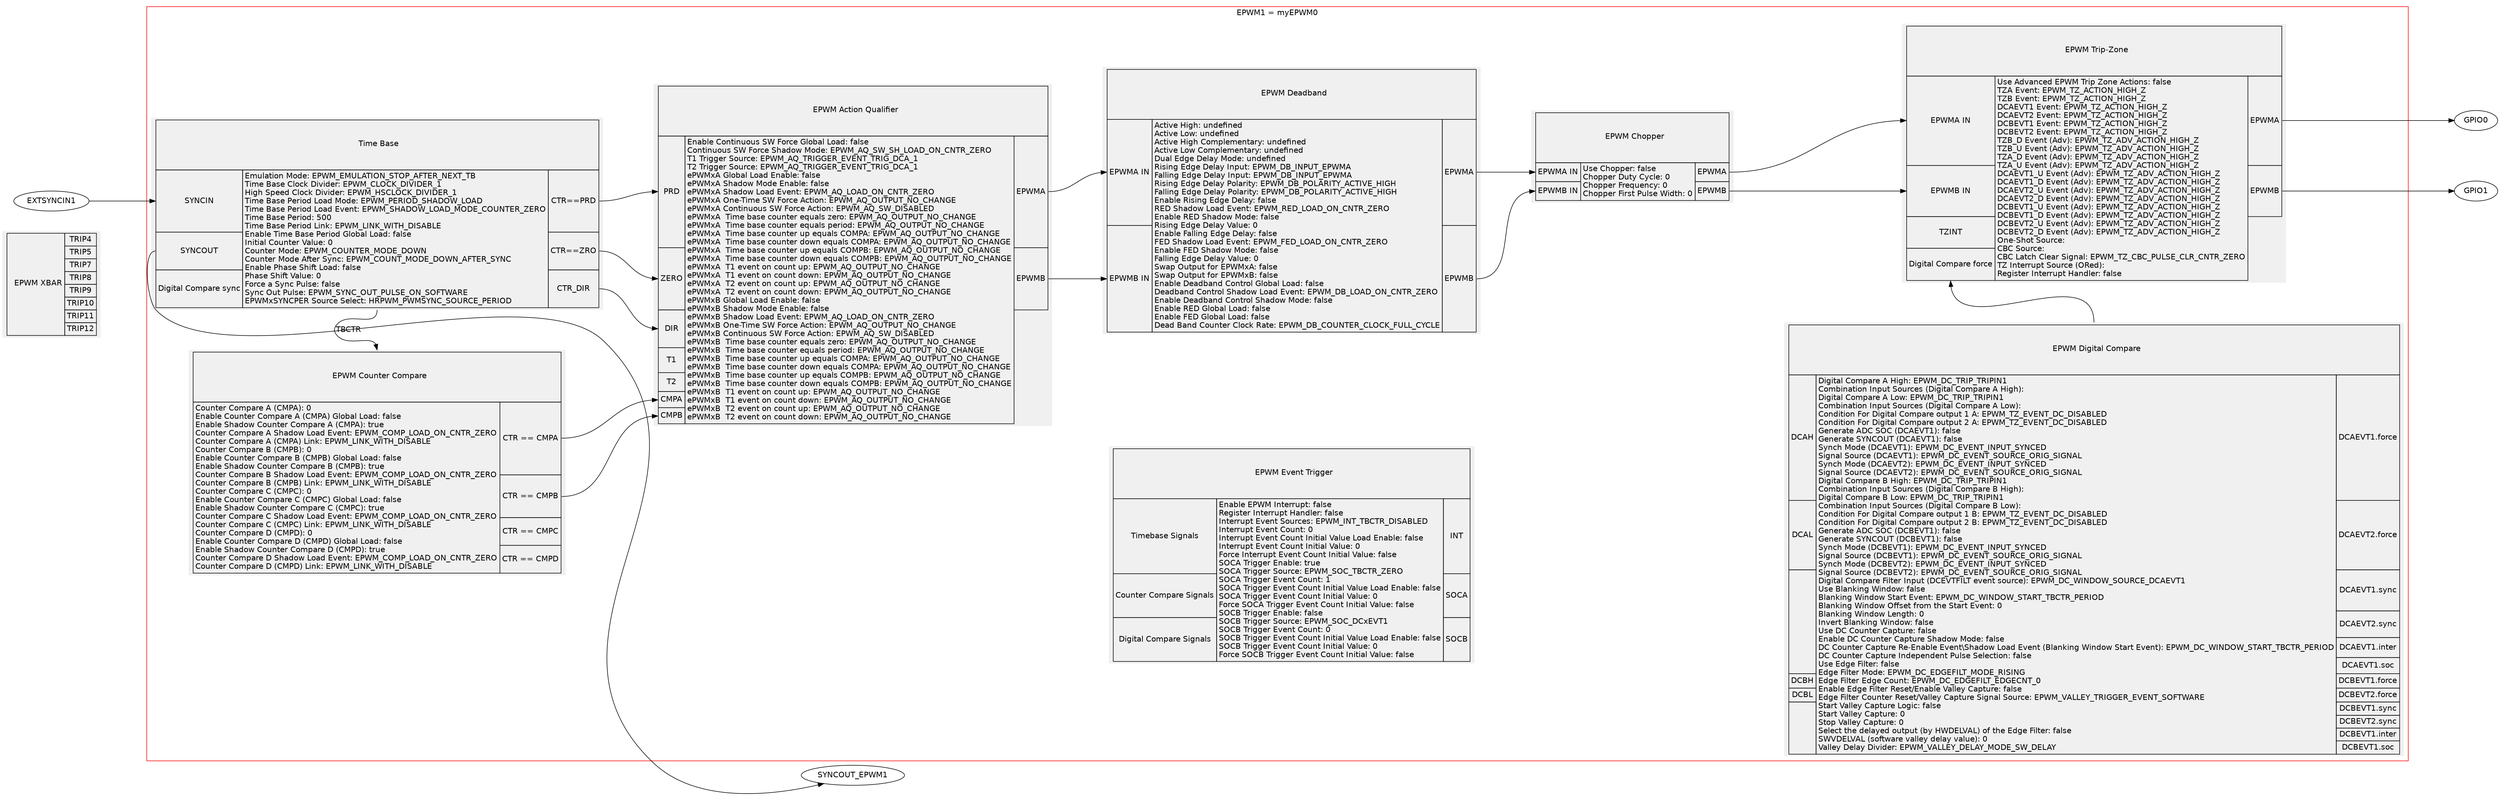
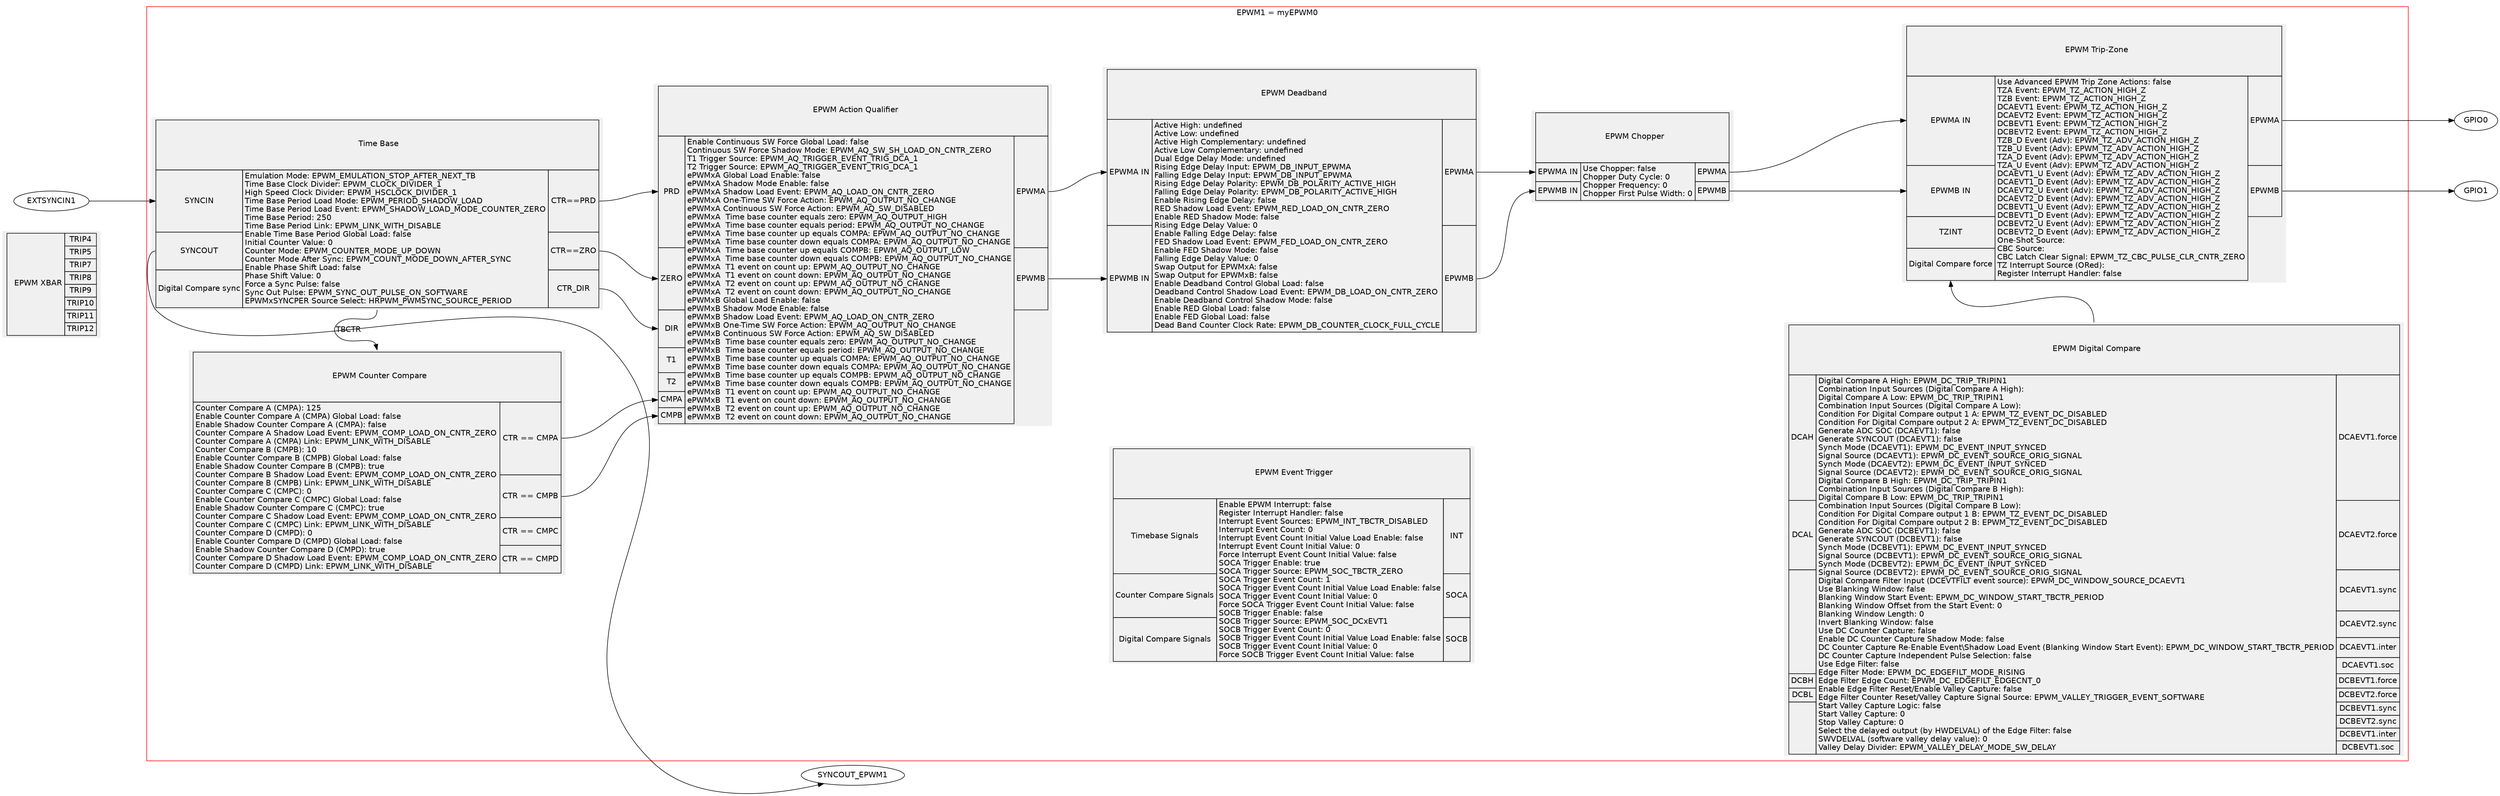
digraph {
    graph [fontname = "helvetica"];
    node  [fontname = "helvetica"];
    edge  [fontname = "helvetica"];
    graph [mclimit=50 nodesep=0.5 rankdir=LR ranksep=1.25]

    EPWMXBAR [label= <<TABLE BORDER='0' CELLBORDER='1' CELLPADDING='3' CELLSPACING='0'>
                       <TR><TD PORT='epwmxbar_title' ROWSPAN='9'><br/><br/>  EPWM XBAR<br/><br/><br/></TD></TR>
                       <TR><TD PORT='trip4'>TRIP4</TD></TR>
                       <TR><TD PORT='trip5'>TRIP5</TD></TR>
                       <TR><TD PORT='trip7'>TRIP7</TD></TR>
                       <TR><TD PORT='trip8'>TRIP8</TD></TR>
                       <TR><TD PORT='trip9'>TRIP9</TD></TR>
                       <TR><TD PORT='trip10'>TRIP10</TD></TR>
                       <TR><TD PORT='trip11'>TRIP11</TD></TR>
                       <TR><TD PORT='trip12'>TRIP12</TD></TR>
                       </TABLE>>
               color=black shape=plaintext fillcolor="#F0F0F0" style=filled]


    subgraph cluster_epwm1 {
        label = "EPWM1 = myEPWM0";
        color=red;


        epwm1_TB [label= <<TABLE BORDER='0' CELLBORDER='1' CELLPADDING='3' CELLSPACING='0'>
                        <TR><TD PORT='' COLSPAN='3'><br/><br/>  Time Base <br/><br/><br/></TD></TR>
-                         <TR><TD PORT='epwm1_syncin'>SYNCIN</TD><TD ROWSPAN='3'>Emulation Mode: EPWM_EMULATION_STOP_AFTER_NEXT_TB<br align="left" />Time Base Clock Divider: EPWM_CLOCK_DIVIDER_1<br align="left" />High Speed Clock Divider: EPWM_HSCLOCK_DIVIDER_1<br align="left" />Time Base Period Load Mode: EPWM_PERIOD_SHADOW_LOAD<br align="left" />Time Base Period Load Event: EPWM_SHADOW_LOAD_MODE_COUNTER_ZERO<br align="left" />Time Base Period: 500<br align="left" />Time Base Period Link: EPWM_LINK_WITH_DISABLE<br align="left" />Enable Time Base Period Global Load: false<br align="left" />Initial Counter Value: 0<br align="left" />Counter Mode: EPWM_COUNTER_MODE_DOWN<br align="left" />Counter Mode After Sync: EPWM_COUNT_MODE_DOWN_AFTER_SYNC<br align="left" />Enable Phase Shift Load: false<br align="left" />Phase Shift Value: 0<br align="left" />Force a Sync Pulse: false<br align="left" />Sync Out Pulse: EPWM_SYNC_OUT_PULSE_ON_SOFTWARE<br align="left" />EPWMxSYNCPER Source Select: HRPWM_PWMSYNC_SOURCE_PERIOD<br align="left" /></TD><TD PORT='epwm1_tb_prd'>CTR==PRD</TD></TR>
+                         <TR><TD PORT='epwm1_syncin'>SYNCIN</TD><TD ROWSPAN='3'>Emulation Mode: EPWM_EMULATION_STOP_AFTER_NEXT_TB<br align="left" />Time Base Clock Divider: EPWM_CLOCK_DIVIDER_1<br align="left" />High Speed Clock Divider: EPWM_HSCLOCK_DIVIDER_1<br align="left" />Time Base Period Load Mode: EPWM_PERIOD_SHADOW_LOAD<br align="left" />Time Base Period Load Event: EPWM_SHADOW_LOAD_MODE_COUNTER_ZERO<br align="left" />Time Base Period: 250<br align="left" />Time Base Period Link: EPWM_LINK_WITH_DISABLE<br align="left" />Enable Time Base Period Global Load: false<br align="left" />Initial Counter Value: 0<br align="left" />Counter Mode: EPWM_COUNTER_MODE_UP_DOWN<br align="left" />Counter Mode After Sync: EPWM_COUNT_MODE_DOWN_AFTER_SYNC<br align="left" />Enable Phase Shift Load: false<br align="left" />Phase Shift Value: 0<br align="left" />Force a Sync Pulse: false<br align="left" />Sync Out Pulse: EPWM_SYNC_OUT_PULSE_ON_SOFTWARE<br align="left" />EPWMxSYNCPER Source Select: HRPWM_PWMSYNC_SOURCE_PERIOD<br align="left" /></TD><TD PORT='epwm1_tb_prd'>CTR==PRD</TD></TR>
                        <TR><TD PORT='epwm1_syncout'>SYNCOUT</TD><TD COL='3' PORT='epwm1_tb_zero'>CTR==ZRO</TD></TR>
                        <TR><TD PORT=''>Digital Compare sync</TD><TD COL='3' PORT='epwm1_tb_dir'>CTR_DIR</TD></TR>
                       </TABLE>>
               color=black shape=plaintext fillcolor="#F0F0F0" style=filled]


        epwm1_DC [label= <<TABLE BORDER='0' CELLBORDER='1' CELLPADDING='3' CELLSPACING='0'>
                       <TR><TD PORT='epwm1_dc_title' COLSPAN='3'><br/><br/>  EPWM Digital Compare<br/><br/><br/></TD></TR>
                       <TR><TD PORT='epwm1_dcah'>DCAH</TD><TD ROWSPAN='12'>Digital Compare A High: EPWM_DC_TRIP_TRIPIN1<br align="left" />Combination Input Sources (Digital Compare A High): <br align="left" />Digital Compare A Low: EPWM_DC_TRIP_TRIPIN1<br align="left" />Combination Input Sources (Digital Compare A Low): <br align="left" />Condition For Digital Compare output 1 A: EPWM_TZ_EVENT_DC_DISABLED<br align="left" />Condition For Digital Compare output 2 A: EPWM_TZ_EVENT_DC_DISABLED<br align="left" />Generate ADC SOC (DCAEVT1): false<br align="left" />Generate SYNCOUT (DCAEVT1): false<br align="left" />Synch Mode (DCAEVT1): EPWM_DC_EVENT_INPUT_SYNCED<br align="left" />Signal Source (DCAEVT1): EPWM_DC_EVENT_SOURCE_ORIG_SIGNAL<br align="left" />Synch Mode (DCAEVT2): EPWM_DC_EVENT_INPUT_SYNCED<br align="left" />Signal Source (DCAEVT2): EPWM_DC_EVENT_SOURCE_ORIG_SIGNAL<br align="left" />Digital Compare B High: EPWM_DC_TRIP_TRIPIN1<br align="left" />Combination Input Sources (Digital Compare B High): <br align="left" />Digital Compare B Low: EPWM_DC_TRIP_TRIPIN1<br align="left" />Combination Input Sources (Digital Compare B Low): <br align="left" />Condition For Digital Compare output 1 B: EPWM_TZ_EVENT_DC_DISABLED<br align="left" />Condition For Digital Compare output 2 B: EPWM_TZ_EVENT_DC_DISABLED<br align="left" />Generate ADC SOC (DCBEVT1): false<br align="left" />Generate SYNCOUT (DCBEVT1): false<br align="left" />Synch Mode (DCBEVT1): EPWM_DC_EVENT_INPUT_SYNCED<br align="left" />Signal Source (DCBEVT1): EPWM_DC_EVENT_SOURCE_ORIG_SIGNAL<br align="left" />Synch Mode (DCBEVT2): EPWM_DC_EVENT_INPUT_SYNCED<br align="left" />Signal Source (DCBEVT2): EPWM_DC_EVENT_SOURCE_ORIG_SIGNAL<br align="left" />Digital Compare Filter Input (DCEVTFILT event source): EPWM_DC_WINDOW_SOURCE_DCAEVT1<br align="left" />Use Blanking Window: false<br align="left" />Blanking Window Start Event: EPWM_DC_WINDOW_START_TBCTR_PERIOD<br align="left" />Blanking Window Offset from the Start Event: 0<br align="left" />Blanking Window Length: 0<br align="left" />Invert Blanking Window: false<br align="left" />Use DC Counter Capture: false<br align="left" />Enable DC Counter Capture Shadow Mode: false<br align="left" />DC Counter Capture Re-Enable Event\Shadow Load Event (Blanking Window Start Event): EPWM_DC_WINDOW_START_TBCTR_PERIOD<br align="left" />DC Counter Capture Independent Pulse Selection: false<br align="left" />Use Edge Filter: false<br align="left" />Edge Filter Mode: EPWM_DC_EDGEFILT_MODE_RISING<br align="left" />Edge Filter Edge Count: EPWM_DC_EDGEFILT_EDGECNT_0<br align="left" />Enable Edge Filter Reset/Enable Valley Capture: false<br align="left" />Edge Filter Counter Reset/Valley Capture Signal Source: EPWM_VALLEY_TRIGGER_EVENT_SOFTWARE<br align="left" />Start Valley Capture Logic: false<br align="left" />Start Valley Capture: 0<br align="left" />Stop Valley Capture: 0<br align="left" />Select the delayed output (by HWDELVAL) of the Edge Filter: false<br align="left" />SWVDELVAL (software valley delay value): 0<br align="left" />Valley Delay Divider: EPWM_VALLEY_DELAY_MODE_SW_DELAY<br align="left" /></TD><TD COL='3' PORT='epwm1_dcaevt1frc'>DCAEVT1.force</TD></TR>
                       <TR><TD PORT='epwm1_dcal'>DCAL</TD>                                 <TD COL='3' PORT=''>DCAEVT2.force</TD></TR>
                       <TR><TD ROWSPAN='4'></TD>                                                        <TD COL='3' PORT=''>DCAEVT1.sync</TD></TR>
                       <TR>                                                                             <TD COL='3' PORT=''>DCAEVT2.sync</TD></TR>
                       <TR>                                                                             <TD COL='3' PORT=''>DCAEVT1.inter</TD></TR>
                       <TR>                                                                             <TD COL='3' PORT=''>DCAEVT1.soc</TD></TR>
                       <TR><TD PORT='epwm1_dcbh'>DCBH</TD>                                 <TD PORT='epwm1_dcbevt1frc'>DCBEVT1.force</TD></TR>
                       <TR><TD PORT='epwm1_dcbl'>DCBL</TD>                                 <TD PORT=''>DCBEVT2.force</TD></TR>
                       <TR><TD ROWSPAN='4'></TD>                                                        <TD COL='3' PORT=''>DCBEVT1.sync</TD></TR>
                       <TR>                                                                             <TD COL='3' PORT=''>DCBEVT2.sync</TD></TR>
                       <TR>                                                                             <TD COL='3' PORT=''>DCBEVT1.inter</TD></TR>
                       <TR>                                                                             <TD COL='3' PORT=''>DCBEVT1.soc</TD></TR>
                       </TABLE>>
               color=black shape=plaintext fillcolor="#F0F0F0" style=filled]


        epwm1_CC [label= <<TABLE BORDER='0' CELLBORDER='1' CELLPADDING='3' CELLSPACING='0'>
                       <TR><TD PORT='epwm1_cc_title' COLSPAN='3'><br/><br/>  EPWM Counter Compare<br/><br/><br/></TD></TR>
-                        <TR><TD PORT='' COLSPAN='2' ROWSPAN='4'>Counter Compare A (CMPA): 0<br align="left" />Enable Counter Compare A (CMPA) Global Load: false<br align="left" />Enable Shadow Counter Compare A (CMPA): true<br align="left" />Counter Compare A Shadow Load Event: EPWM_COMP_LOAD_ON_CNTR_ZERO<br align="left" />Counter Compare A (CMPA) Link: EPWM_LINK_WITH_DISABLE<br align="left" />Counter Compare B (CMPB): 0<br align="left" />Enable Counter Compare B (CMPB) Global Load: false<br align="left" />Enable Shadow Counter Compare B (CMPB): true<br align="left" />Counter Compare B Shadow Load Event: EPWM_COMP_LOAD_ON_CNTR_ZERO<br align="left" />Counter Compare B (CMPB) Link: EPWM_LINK_WITH_DISABLE<br align="left" />Counter Compare C (CMPC): 0<br align="left" />Enable Counter Compare C (CMPC) Global Load: false<br align="left" />Enable Shadow Counter Compare C (CMPC): true<br align="left" />Counter Compare C Shadow Load Event: EPWM_COMP_LOAD_ON_CNTR_ZERO<br align="left" />Counter Compare C (CMPC) Link: EPWM_LINK_WITH_DISABLE<br align="left" />Counter Compare D (CMPD): 0<br align="left" />Enable Counter Compare D (CMPD) Global Load: false<br align="left" />Enable Shadow Counter Compare D (CMPD): true<br align="left" />Counter Compare D Shadow Load Event: EPWM_COMP_LOAD_ON_CNTR_ZERO<br align="left" />Counter Compare D (CMPD) Link: EPWM_LINK_WITH_DISABLE<br align="left" /></TD><TD COL='3' PORT='epwm1_cc_cmpa'>CTR == CMPA</TD></TR>
+                        <TR><TD PORT='' COLSPAN='2' ROWSPAN='4'>Counter Compare A (CMPA): 125<br align="left" />Enable Counter Compare A (CMPA) Global Load: false<br align="left" />Enable Shadow Counter Compare A (CMPA): false<br align="left" />Counter Compare A Shadow Load Event: EPWM_COMP_LOAD_ON_CNTR_ZERO<br align="left" />Counter Compare A (CMPA) Link: EPWM_LINK_WITH_DISABLE<br align="left" />Counter Compare B (CMPB): 10<br align="left" />Enable Counter Compare B (CMPB) Global Load: false<br align="left" />Enable Shadow Counter Compare B (CMPB): true<br align="left" />Counter Compare B Shadow Load Event: EPWM_COMP_LOAD_ON_CNTR_ZERO<br align="left" />Counter Compare B (CMPB) Link: EPWM_LINK_WITH_DISABLE<br align="left" />Counter Compare C (CMPC): 0<br align="left" />Enable Counter Compare C (CMPC) Global Load: false<br align="left" />Enable Shadow Counter Compare C (CMPC): true<br align="left" />Counter Compare C Shadow Load Event: EPWM_COMP_LOAD_ON_CNTR_ZERO<br align="left" />Counter Compare C (CMPC) Link: EPWM_LINK_WITH_DISABLE<br align="left" />Counter Compare D (CMPD): 0<br align="left" />Enable Counter Compare D (CMPD) Global Load: false<br align="left" />Enable Shadow Counter Compare D (CMPD): true<br align="left" />Counter Compare D Shadow Load Event: EPWM_COMP_LOAD_ON_CNTR_ZERO<br align="left" />Counter Compare D (CMPD) Link: EPWM_LINK_WITH_DISABLE<br align="left" /></TD><TD COL='3' PORT='epwm1_cc_cmpa'>CTR == CMPA</TD></TR>
                       <TR><TD COL='3' PORT='epwm1_cc_cmpb'>CTR == CMPB</TD></TR>
                       <TR><TD COL='3' PORT='epwm1_cc_cmpc'>CTR == CMPC</TD></TR>
                       <TR><TD COL='3' PORT='epwm1_cc_cmpd'>CTR == CMPD</TD></TR>
                       </TABLE>>
               color=black shape=plaintext fillcolor="#F0F0F0" style=filled]


        epwm1_AQ [label= <<TABLE BORDER='0' CELLBORDER='1' CELLPADDING='3' CELLSPACING='0'>
                       <TR><TD PORT='epwm1_aq_title' COLSPAN='3'><br/><br/>  EPWM Action Qualifier<br/><br/><br/></TD></TR>
-                        <TR><TD PORT='epwm1_aq_prd'>PRD</TD><TD PORT='' ROWSPAN='7'>Enable Continuous SW Force Global Load: false<br align="left" />Continuous SW Force Shadow Mode: EPWM_AQ_SW_SH_LOAD_ON_CNTR_ZERO<br align="left" />T1 Trigger Source: EPWM_AQ_TRIGGER_EVENT_TRIG_DCA_1<br align="left" />T2 Trigger Source: EPWM_AQ_TRIGGER_EVENT_TRIG_DCA_1<br align="left" />ePWMxA Global Load Enable: false<br align="left" />ePWMxA Shadow Mode Enable: false<br align="left" />ePWMxA Shadow Load Event: EPWM_AQ_LOAD_ON_CNTR_ZERO<br align="left" />ePWMxA One-Time SW Force Action: EPWM_AQ_OUTPUT_NO_CHANGE<br align="left" />ePWMxA Continuous SW Force Action: EPWM_AQ_SW_DISABLED<br align="left" />ePWMxA  Time base counter equals zero: EPWM_AQ_OUTPUT_NO_CHANGE<br align="left" />ePWMxA  Time base counter equals period: EPWM_AQ_OUTPUT_NO_CHANGE<br align="left" />ePWMxA  Time base counter up equals COMPA: EPWM_AQ_OUTPUT_NO_CHANGE<br align="left" />ePWMxA  Time base counter down equals COMPA: EPWM_AQ_OUTPUT_NO_CHANGE<br align="left" />ePWMxA  Time base counter up equals COMPB: EPWM_AQ_OUTPUT_NO_CHANGE<br align="left" />ePWMxA  Time base counter down equals COMPB: EPWM_AQ_OUTPUT_NO_CHANGE<br align="left" />ePWMxA  T1 event on count up: EPWM_AQ_OUTPUT_NO_CHANGE<br align="left" />ePWMxA  T1 event on count down: EPWM_AQ_OUTPUT_NO_CHANGE<br align="left" />ePWMxA  T2 event on count up: EPWM_AQ_OUTPUT_NO_CHANGE<br align="left" />ePWMxA  T2 event on count down: EPWM_AQ_OUTPUT_NO_CHANGE<br align="left" />ePWMxB Global Load Enable: false<br align="left" />ePWMxB Shadow Mode Enable: false<br align="left" />ePWMxB Shadow Load Event: EPWM_AQ_LOAD_ON_CNTR_ZERO<br align="left" />ePWMxB One-Time SW Force Action: EPWM_AQ_OUTPUT_NO_CHANGE<br align="left" />ePWMxB Continuous SW Force Action: EPWM_AQ_SW_DISABLED<br align="left" />ePWMxB  Time base counter equals zero: EPWM_AQ_OUTPUT_NO_CHANGE<br align="left" />ePWMxB  Time base counter equals period: EPWM_AQ_OUTPUT_NO_CHANGE<br align="left" />ePWMxB  Time base counter up equals COMPA: EPWM_AQ_OUTPUT_NO_CHANGE<br align="left" />ePWMxB  Time base counter down equals COMPA: EPWM_AQ_OUTPUT_NO_CHANGE<br align="left" />ePWMxB  Time base counter up equals COMPB: EPWM_AQ_OUTPUT_NO_CHANGE<br align="left" />ePWMxB  Time base counter down equals COMPB: EPWM_AQ_OUTPUT_NO_CHANGE<br align="left" />ePWMxB  T1 event on count up: EPWM_AQ_OUTPUT_NO_CHANGE<br align="left" />ePWMxB  T1 event on count down: EPWM_AQ_OUTPUT_NO_CHANGE<br align="left" />ePWMxB  T2 event on count up: EPWM_AQ_OUTPUT_NO_CHANGE<br align="left" />ePWMxB  T2 event on count down: EPWM_AQ_OUTPUT_NO_CHANGE<br align="left" /></TD><TD COL='3' PORT='epwm1_aq_epwma'>EPWMA</TD></TR>
+                        <TR><TD PORT='epwm1_aq_prd'>PRD</TD><TD PORT='' ROWSPAN='7'>Enable Continuous SW Force Global Load: false<br align="left" />Continuous SW Force Shadow Mode: EPWM_AQ_SW_SH_LOAD_ON_CNTR_ZERO<br align="left" />T1 Trigger Source: EPWM_AQ_TRIGGER_EVENT_TRIG_DCA_1<br align="left" />T2 Trigger Source: EPWM_AQ_TRIGGER_EVENT_TRIG_DCA_1<br align="left" />ePWMxA Global Load Enable: false<br align="left" />ePWMxA Shadow Mode Enable: false<br align="left" />ePWMxA Shadow Load Event: EPWM_AQ_LOAD_ON_CNTR_ZERO<br align="left" />ePWMxA One-Time SW Force Action: EPWM_AQ_OUTPUT_NO_CHANGE<br align="left" />ePWMxA Continuous SW Force Action: EPWM_AQ_SW_DISABLED<br align="left" />ePWMxA  Time base counter equals zero: EPWM_AQ_OUTPUT_HIGH<br align="left" />ePWMxA  Time base counter equals period: EPWM_AQ_OUTPUT_NO_CHANGE<br align="left" />ePWMxA  Time base counter up equals COMPA: EPWM_AQ_OUTPUT_NO_CHANGE<br align="left" />ePWMxA  Time base counter down equals COMPA: EPWM_AQ_OUTPUT_NO_CHANGE<br align="left" />ePWMxA  Time base counter up equals COMPB: EPWM_AQ_OUTPUT_LOW<br align="left" />ePWMxA  Time base counter down equals COMPB: EPWM_AQ_OUTPUT_NO_CHANGE<br align="left" />ePWMxA  T1 event on count up: EPWM_AQ_OUTPUT_NO_CHANGE<br align="left" />ePWMxA  T1 event on count down: EPWM_AQ_OUTPUT_NO_CHANGE<br align="left" />ePWMxA  T2 event on count up: EPWM_AQ_OUTPUT_NO_CHANGE<br align="left" />ePWMxA  T2 event on count down: EPWM_AQ_OUTPUT_NO_CHANGE<br align="left" />ePWMxB Global Load Enable: false<br align="left" />ePWMxB Shadow Mode Enable: false<br align="left" />ePWMxB Shadow Load Event: EPWM_AQ_LOAD_ON_CNTR_ZERO<br align="left" />ePWMxB One-Time SW Force Action: EPWM_AQ_OUTPUT_NO_CHANGE<br align="left" />ePWMxB Continuous SW Force Action: EPWM_AQ_SW_DISABLED<br align="left" />ePWMxB  Time base counter equals zero: EPWM_AQ_OUTPUT_NO_CHANGE<br align="left" />ePWMxB  Time base counter equals period: EPWM_AQ_OUTPUT_NO_CHANGE<br align="left" />ePWMxB  Time base counter up equals COMPA: EPWM_AQ_OUTPUT_NO_CHANGE<br align="left" />ePWMxB  Time base counter down equals COMPA: EPWM_AQ_OUTPUT_NO_CHANGE<br align="left" />ePWMxB  Time base counter up equals COMPB: EPWM_AQ_OUTPUT_NO_CHANGE<br align="left" />ePWMxB  Time base counter down equals COMPB: EPWM_AQ_OUTPUT_NO_CHANGE<br align="left" />ePWMxB  T1 event on count up: EPWM_AQ_OUTPUT_NO_CHANGE<br align="left" />ePWMxB  T1 event on count down: EPWM_AQ_OUTPUT_NO_CHANGE<br align="left" />ePWMxB  T2 event on count up: EPWM_AQ_OUTPUT_NO_CHANGE<br align="left" />ePWMxB  T2 event on count down: EPWM_AQ_OUTPUT_NO_CHANGE<br align="left" /></TD><TD COL='3' PORT='epwm1_aq_epwma'>EPWMA</TD></TR>
                       <TR><TD PORT='epwm1_aq_zero'>ZERO</TD>                                    <TD COL='3' PORT='epwm1_aq_epwmb'>EPWMB</TD></TR>
                       <TR><TD PORT='epwm1_aq_dir'>DIR</TD>                                    </TR>
                       <TR><TD PORT='epwm1_aq_t1'>T1</TD>                                    </TR>
                       <TR><TD PORT='epwm1_aq_t2'>T2</TD>                                    </TR>
                       <TR><TD PORT='epwm1_aq_cmpa'>CMPA</TD>                                    </TR>
                       <TR><TD PORT='epwm1_aq_cmpb'>CMPB</TD>                                    </TR>
                       </TABLE>>
               color=black shape=plaintext fillcolor="#F0F0F0" style=filled]


        epwm1_DB [label= <<TABLE BORDER='0' CELLBORDER='1' CELLPADDING='3' CELLSPACING='0'>
                       <TR><TD PORT='epwm1_db_title' COLSPAN='3'><br/><br/>  EPWM Deadband<br/><br/><br/></TD></TR>
                       <TR><TD PORT='epwm1_db_epwma_in'>EPWMA IN</TD><TD PORT='' ROWSPAN='2'>Active High: undefined<br align="left" />Active Low: undefined<br align="left" />Active High Complementary: undefined<br align="left" />Active Low Complementary: undefined<br align="left" />Dual Edge Delay Mode: undefined<br align="left" />Rising Edge Delay Input: EPWM_DB_INPUT_EPWMA<br align="left" />Falling Edge Delay Input: EPWM_DB_INPUT_EPWMA<br align="left" />Rising Edge Delay Polarity: EPWM_DB_POLARITY_ACTIVE_HIGH<br align="left" />Falling Edge Delay Polarity: EPWM_DB_POLARITY_ACTIVE_HIGH<br align="left" />Enable Rising Edge Delay: false<br align="left" />RED Shadow Load Event: EPWM_RED_LOAD_ON_CNTR_ZERO<br align="left" />Enable RED Shadow Mode: false<br align="left" />Rising Edge Delay Value: 0<br align="left" />Enable Falling Edge Delay: false<br align="left" />FED Shadow Load Event: EPWM_FED_LOAD_ON_CNTR_ZERO<br align="left" />Enable FED Shadow Mode: false<br align="left" />Falling Edge Delay Value: 0<br align="left" />Swap Output for EPWMxA: false<br align="left" />Swap Output for EPWMxB: false<br align="left" />Enable Deadband Control Global Load: false<br align="left" />Deadband Control Shadow Load Event: EPWM_DB_LOAD_ON_CNTR_ZERO<br align="left" />Enable Deadband Control Shadow Mode: false<br align="left" />Enable RED Global Load: false<br align="left" />Enable FED Global Load: false<br align="left" />Dead Band Counter Clock Rate: EPWM_DB_COUNTER_CLOCK_FULL_CYCLE<br align="left" /></TD><TD COL='3' PORT='epwm1_db_epwma_out'>EPWMA</TD></TR>
                       <TR><TD PORT='epwm1_db_epwmb_in'>EPWMB IN</TD>                                    <TD COL='3' PORT='epwm1_db_epwmb_out'>EPWMB</TD></TR>
                       </TABLE>>
               color=black shape=plaintext fillcolor="#F0F0F0" style=filled]


        epwm1_PC [label= <<TABLE BORDER='0' CELLBORDER='1' CELLPADDING='3' CELLSPACING='0'>
                       <TR><TD PORT='epwm1_pc_title' COLSPAN='3'><br/><br/>  EPWM Chopper<br/><br/><br/></TD></TR>
                       <TR><TD PORT='epwm1_pc_epwma_in'>EPWMA IN</TD><TD PORT='' ROWSPAN='2'>Use Chopper: false<br align="left" />Chopper Duty Cycle: 0<br align="left" />Chopper Frequency: 0<br align="left" />Chopper First Pulse Width: 0<br align="left" /></TD><TD COL='3' PORT='epwm1_pc_epwma_out'>EPWMA</TD></TR>
                       <TR><TD PORT='epwm1_pc_epwmb_in'>EPWMB IN</TD>                                    <TD COL='3' PORT='epwm1_pc_epwmb_out'>EPWMB</TD></TR>
                       </TABLE>>
               color=black shape=plaintext fillcolor="#F0F0F0" style=filled]


        epwm1_TZ [label= <<TABLE BORDER='0' CELLBORDER='1' CELLPADDING='3' CELLSPACING='0'>
                       <TR><TD PORT='epwm1_tz_title' COLSPAN='3'><br/><br/>  EPWM Trip-Zone<br/><br/><br/></TD></TR>
                       <TR><TD PORT='epwm1_tz_epwma_in'>EPWMA IN</TD><TD PORT='' ROWSPAN='4'>Use Advanced EPWM Trip Zone Actions: false<br align="left" />TZA Event: EPWM_TZ_ACTION_HIGH_Z<br align="left" />TZB Event: EPWM_TZ_ACTION_HIGH_Z<br align="left" />DCAEVT1 Event: EPWM_TZ_ACTION_HIGH_Z<br align="left" />DCAEVT2 Event: EPWM_TZ_ACTION_HIGH_Z<br align="left" />DCBEVT1 Event: EPWM_TZ_ACTION_HIGH_Z<br align="left" />DCBEVT2 Event: EPWM_TZ_ACTION_HIGH_Z<br align="left" />TZB_D Event (Adv): EPWM_TZ_ADV_ACTION_HIGH_Z<br align="left" />TZB_U Event (Adv): EPWM_TZ_ADV_ACTION_HIGH_Z<br align="left" />TZA_D Event (Adv): EPWM_TZ_ADV_ACTION_HIGH_Z<br align="left" />TZA_U Event (Adv): EPWM_TZ_ADV_ACTION_HIGH_Z<br align="left" />DCAEVT1_U Event (Adv): EPWM_TZ_ADV_ACTION_HIGH_Z<br align="left" />DCAEVT1_D Event (Adv): EPWM_TZ_ADV_ACTION_HIGH_Z<br align="left" />DCAEVT2_U Event (Adv): EPWM_TZ_ADV_ACTION_HIGH_Z<br align="left" />DCAEVT2_D Event (Adv): EPWM_TZ_ADV_ACTION_HIGH_Z<br align="left" />DCBEVT1_U Event (Adv): EPWM_TZ_ADV_ACTION_HIGH_Z<br align="left" />DCBEVT1_D Event (Adv): EPWM_TZ_ADV_ACTION_HIGH_Z<br align="left" />DCBEVT2_U Event (Adv): EPWM_TZ_ADV_ACTION_HIGH_Z<br align="left" />DCBEVT2_D Event (Adv): EPWM_TZ_ADV_ACTION_HIGH_Z<br align="left" />One-Shot Source: <br align="left" />CBC Source: <br align="left" />CBC Latch Clear Signal: EPWM_TZ_CBC_PULSE_CLR_CNTR_ZERO<br align="left" />TZ Interrupt Source (ORed): <br align="left" />Register Interrupt Handler: false<br align="left" /></TD><TD COL='3' PORT='epwm1_tz_epwma_out'>EPWMA</TD></TR>
                       <TR><TD PORT='epwm1_tz_epwmb_in'>EPWMB IN</TD>                                    <TD COL='3' PORT='epwm1_tz_epwmb_out'>EPWMB</TD></TR>
                       <TR><TD PORT='epwm1_tz_int'>TZINT</TD>                                    </TR>
                       <TR><TD PORT='epwm1_tz_dcforce'>Digital Compare force</TD>                                    </TR>
                       </TABLE>>
               color=black shape=plaintext fillcolor="#F0F0F0" style=filled]


        epwm1_ET [label= <<TABLE BORDER='0' CELLBORDER='1' CELLPADDING='3' CELLSPACING='0'>
                       <TR><TD PORT='epwm1_et_title' COLSPAN='3'><br/><br/>  EPWM Event Trigger<br/><br/><br/></TD></TR>
                       <TR><TD PORT='epwm1_et_tb'>Timebase Signals</TD><TD PORT='' ROWSPAN='3'>Enable EPWM Interrupt: false<br align="left" />Register Interrupt Handler: false<br align="left" />Interrupt Event Sources: EPWM_INT_TBCTR_DISABLED<br align="left" />Interrupt Event Count: 0<br align="left" />Interrupt Event Count Initial Value Load Enable: false<br align="left" />Interrupt Event Count Initial Value: 0<br align="left" />Force Interrupt Event Count Initial Value: false<br align="left" />SOCA Trigger Enable: true<br align="left" />SOCA Trigger Source: EPWM_SOC_TBCTR_ZERO<br align="left" />SOCA Trigger Event Count: 1<br align="left" />SOCA Trigger Event Count Initial Value Load Enable: false<br align="left" />SOCA Trigger Event Count Initial Value: 0<br align="left" />Force SOCA Trigger Event Count Initial Value: false<br align="left" />SOCB Trigger Enable: false<br align="left" />SOCB Trigger Source: EPWM_SOC_DCxEVT1<br align="left" />SOCB Trigger Event Count: 0<br align="left" />SOCB Trigger Event Count Initial Value Load Enable: false<br align="left" />SOCB Trigger Event Count Initial Value: 0<br align="left" />Force SOCB Trigger Event Count Initial Value: false<br align="left" /></TD><TD COL='3' PORT='epwm1_et_int'>INT</TD></TR>
                       <TR><TD PORT='epwm1_et_cc'>Counter Compare Signals</TD>                                    <TD COL='3' PORT='epwm1_et_soca'>SOCA</TD></TR>
                       <TR><TD PORT='epwm1_et_dc'>Digital Compare Signals</TD>                                    <TD COL='3' PORT='epwm1_et_socb'>SOCB</TD></TR>
                       </TABLE>>
               color=black shape=plaintext fillcolor="#F0F0F0" style=filled]


        {rank=same epwm1_TB; epwm1_CC};
        {rank=same epwm1_TZ; epwm1_DC};
        {rank=same epwm1_DB; epwm1_ET};
    }

    epwm1_TB:s -> epwm1_CC:n [label="TBCTR"];
    epwm1_DC:n -> epwm1_TZ:epwm1_tz_dcforce:s;


    epwm1_TB:epwm1_tb_prd:e -> epwm1_AQ:epwm1_aq_prd:w;
    epwm1_TB:epwm1_tb_zero:e -> epwm1_AQ:epwm1_aq_zero:w;
    epwm1_TB:epwm1_tb_dir:e -> epwm1_AQ:epwm1_aq_dir:w;
    epwm1_CC:epwm1_cc_cmpa:e -> epwm1_AQ:epwm1_aq_cmpa:w;
    epwm1_CC:epwm1_cc_cmpb:e -> epwm1_AQ:epwm1_aq_cmpb:w;

    epwm1_AQ:epwm1_aq_epwma:e -> epwm1_DB:epwm1_db_epwma_in:w
    epwm1_DB:epwm1_db_epwma_out:e -> epwm1_PC:epwm1_pc_epwma_in:w
    epwm1_PC:epwm1_pc_epwma_out:e -> epwm1_TZ:epwm1_tz_epwma_in:w


    epwm1_AQ:epwm1_aq_epwmb:e -> epwm1_DB:epwm1_db_epwmb_in:w
    epwm1_DB:epwm1_db_epwmb_out:e -> epwm1_PC:epwm1_pc_epwmb_in:w
    epwm1_PC:epwm1_pc_epwmb_out:e -> epwm1_TZ:epwm1_tz_epwmb_in:w


 	epwm1_TB:epwm1_syncout -> SYNCOUT_EPWM1

    epwm1_TZ:epwm1_tz_epwma_out:e -> GPIO0
    epwm1_TZ:epwm1_tz_epwmb_out:e -> GPIO1


    EXTSYNCIN1 -> epwm1_TB:epwm1_syncin


}
